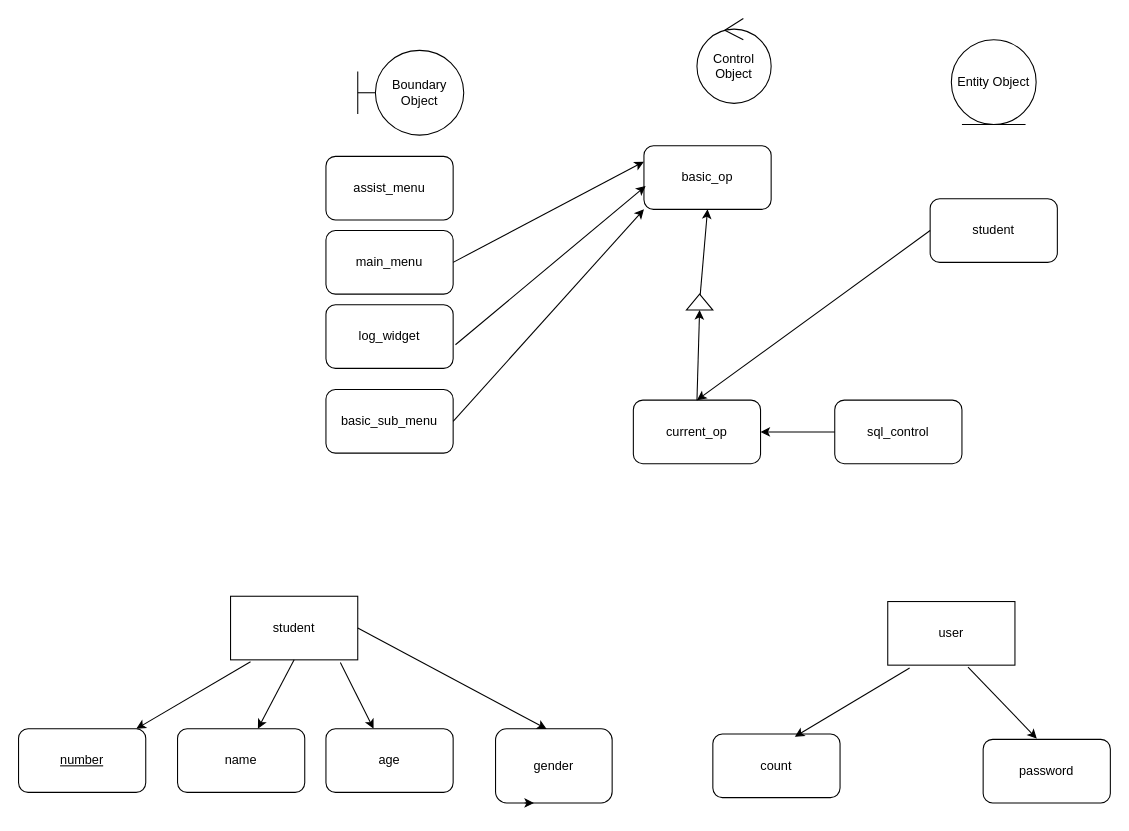
Above: Image/未命名绘图.drawio in drtykl/StuSys-repo (draw.io), before the change. Source tidied: cells renumbered, new cells numbered last; positions are measured from the earlier drawing's top-left corner, leaving out a move shared by most shapes. Both pictures are drawn from the tidied source at 106%, with x=0, y=0 at pixel (18, 18).
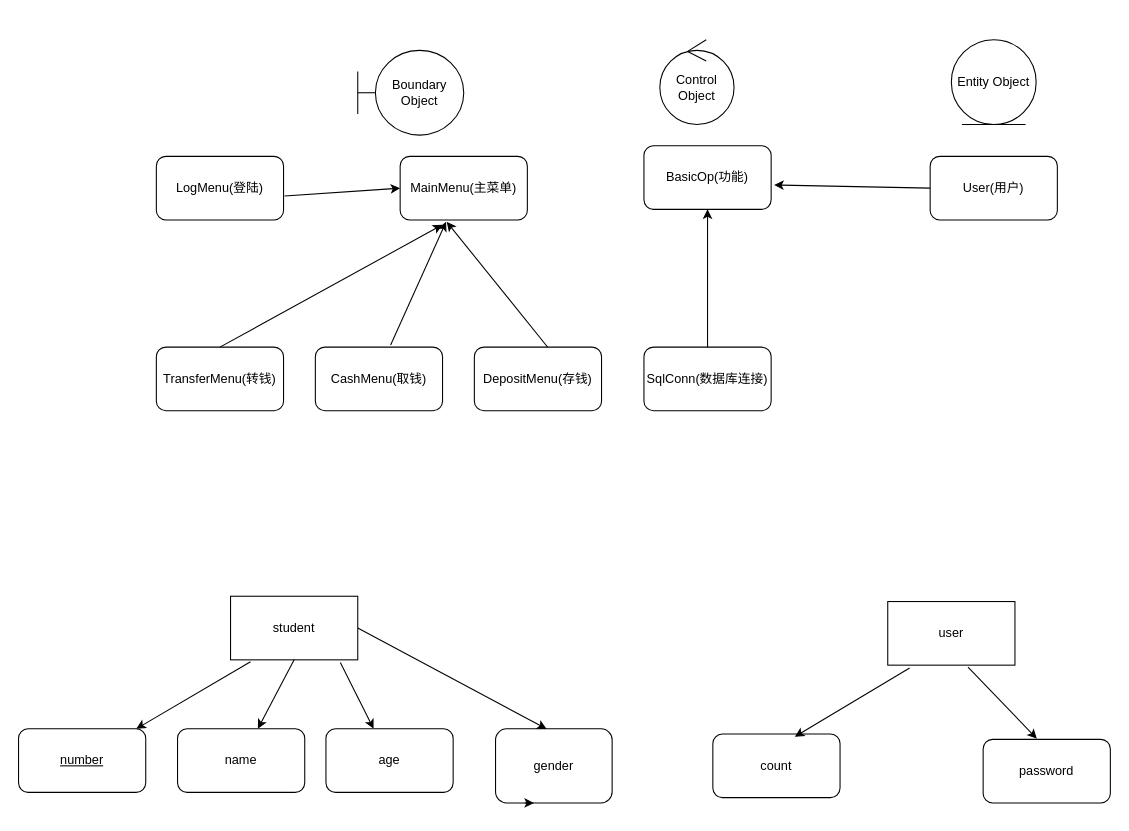
Above is the later version.

Commit message:
更新未命名绘图.drawio

Change to the diagram source:
```diff
@@
     <mxCell id="4" value="Control Object" style="ellipse;shape=umlControl;whiteSpace=wrap;html=1;" parent="1" vertex="1">
-      <mxGeometry x="640" width="70" height="80" as="geometry" />
+      <mxGeometry x="605" y="20" width="70" height="80" as="geometry" />
     </mxCell>
-    <mxCell id="5" value="sql_control" style="rounded=1;whiteSpace=wrap;html=1;" parent="1" vertex="1">
-      <mxGeometry x="770" y="360" width="120" height="60" as="geometry" />
+    <mxCell id="5" value="SqlConn(数据库连接)" style="rounded=1;whiteSpace=wrap;html=1;" parent="1" vertex="1">
+      <mxGeometry x="590" y="310" width="120" height="60" as="geometry" />
     </mxCell>
-    <mxCell id="6" value="student" style="rounded=1;whiteSpace=wrap;html=1;" parent="1" vertex="1">
-      <mxGeometry x="860" y="170" width="120" height="60" as="geometry" />
+    <mxCell id="6" value="User(用户)" style="rounded=1;whiteSpace=wrap;html=1;" parent="1" vertex="1">
+      <mxGeometry x="860" y="130" width="120" height="60" as="geometry" />
     </mxCell>
-    <mxCell id="7" value="current_op" style="rounded=1;whiteSpace=wrap;html=1;" parent="1" vertex="1">
-      <mxGeometry x="580" y="360" width="120" height="60" as="geometry" />
-    </mxCell>
-    <mxCell id="8" value="basic_op" style="rounded=1;whiteSpace=wrap;html=1;" parent="1" vertex="1">
+    <mxCell id="8" value="BasicOp(功能)" style="rounded=1;whiteSpace=wrap;html=1;" parent="1" vertex="1">
       <mxGeometry x="590" y="120" width="120" height="60" as="geometry" />
     </mxCell>
-    <mxCell id="9" style="endArrow=classic;html=1;rounded=0;entryX=0.5;entryY=1;entryDx=0;entryDy=0;" parent="1" edge="1" source="10" target="8">
-      <mxGeometry relative="1" as="geometry" />
-    </mxCell>
-    <mxCell id="10" style="triangle;whiteSpace=wrap;html=1;direction=north;" parent="1" vertex="1">
-      <mxGeometry x="630" y="260" width="25" height="15" as="geometry" />
-    </mxCell>
-    <mxCell id="11" style="endArrow=classic;html=1;rounded=0;entryX=0;entryY=0.5;entryDx=0;entryDy=0;exitX=0.5;exitY=0;exitDx=0;exitDy=0;" parent="1" edge="1" source="7" target="10">
-      <mxGeometry relative="1" as="geometry" />
-    </mxCell>
-    <mxCell id="12" style="endArrow=classic;html=1;rounded=0;entryX=1;entryY=0.5;entryDx=0;entryDy=0;exitX=0;exitY=0.5;exitDx=0;exitDy=0;" parent="1" edge="1" source="5" target="7">
-      <mxGeometry relative="1" as="geometry" />
-    </mxCell>
-    <mxCell id="13" style="endArrow=classic;html=1;rounded=0;exitX=0;exitY=0.5;exitDx=0;exitDy=0;entryX=0.5;entryY=0;entryDx=0;entryDy=0;" parent="1" edge="1" source="6" target="7">
-      <mxGeometry relative="1" as="geometry" />
-    </mxCell>
-    <mxCell id="14" value="main_menu" style="rounded=1;whiteSpace=wrap;html=1;" parent="1" vertex="1">
-      <mxGeometry x="290" y="200" width="120" height="60" as="geometry" />
+    <mxCell id="14" value="MainMenu(主菜单)" style="rounded=1;whiteSpace=wrap;html=1;" parent="1" vertex="1">
+      <mxGeometry x="360" y="130" width="120" height="60" as="geometry" />
     </mxCell>
-    <mxCell id="15" style="endArrow=classic;html=1;rounded=0;entryX=0;entryY=0.25;entryDx=0;entryDy=0;exitX=1;exitY=0.5;exitDx=0;exitDy=0;" parent="1" edge="1" source="14" target="8">
-      <mxGeometry relative="1" as="geometry" />
-    </mxCell>
-    <mxCell id="16" value="log_widget" style="rounded=1;whiteSpace=wrap;html=1;" parent="1" vertex="1">
-      <mxGeometry x="290" y="270" width="120" height="60" as="geometry" />
+    <mxCell id="16" value="LogMenu(登陆)" style="rounded=1;whiteSpace=wrap;html=1;" parent="1" vertex="1">
+      <mxGeometry x="130" y="130" width="120" height="60" as="geometry" />
     </mxCell>
-    <mxCell id="17" style="endArrow=classic;html=1;rounded=0;entryX=0.013;entryY=0.633;entryDx=0;entryDy=0;entryPerimeter=0;exitX=1.018;exitY=0.629;exitDx=0;exitDy=0;exitPerimeter=0;" parent="1" edge="1" source="16" target="8">
-      <mxGeometry relative="1" as="geometry" />
-    </mxCell>
@@
-    <mxCell id="28" value="assist_menu" style="rounded=1;whiteSpace=wrap;html=1;" parent="1" vertex="1">
-      <mxGeometry x="290" y="130" width="120" height="60" as="geometry" />
+    <mxCell id="28" value="CashMenu(取钱)" style="rounded=1;whiteSpace=wrap;html=1;" parent="1" vertex="1">
+      <mxGeometry x="280" y="310" width="120" height="60" as="geometry" />
     </mxCell>
-    <mxCell id="29" value="basic_sub_menu" style="rounded=1;whiteSpace=wrap;html=1;" parent="1" vertex="1">
-      <mxGeometry x="290" y="350" width="120" height="60" as="geometry" />
+    <mxCell id="29" value="DepositMenu(存钱)" style="rounded=1;whiteSpace=wrap;html=1;" parent="1" vertex="1">
+      <mxGeometry x="430" y="310" width="120" height="60" as="geometry" />
     </mxCell>
-    <mxCell id="30" style="endArrow=classic;html=1;rounded=0;exitX=1;exitY=0.5;exitDx=0;exitDy=0;entryX=0;entryY=1;entryDx=0;entryDy=0;" parent="1" edge="1" source="29" target="8">
-      <mxGeometry relative="1" as="geometry" />
-    </mxCell>
@@
+    <mxCell id="36" value="TransferMenu(转钱)" style="rounded=1;whiteSpace=wrap;html=1;" parent="1" vertex="1">
+      <mxGeometry x="130" y="310" width="120" height="60" as="geometry" />
+    </mxCell>
+    <mxCell id="37" style="endArrow=classic;html=1;rounded=0;exitX=0.5;exitY=0;exitDx=0;exitDy=0;entryX=0.332;entryY=1.076;entryDx=0;entryDy=0;entryPerimeter=0;" parent="1" edge="1" source="36" target="14">
+      <mxGeometry relative="1" as="geometry" />
+    </mxCell>
+    <mxCell id="38" style="endArrow=classic;html=1;rounded=0;exitX=0.592;exitY=-0.034;exitDx=0;exitDy=0;exitPerimeter=0;entryX=0.361;entryY=1.03;entryDx=0;entryDy=0;entryPerimeter=0;" parent="1" edge="1" source="28" target="14">
+      <mxGeometry relative="1" as="geometry" />
+    </mxCell>
+    <mxCell id="39" style="endArrow=classic;html=1;rounded=0;exitX=0.577;exitY=0.001;exitDx=0;exitDy=0;exitPerimeter=0;entryX=0.366;entryY=1.03;entryDx=0;entryDy=0;entryPerimeter=0;" parent="1" edge="1" source="29" target="14">
+      <mxGeometry relative="1" as="geometry" />
+    </mxCell>
+    <mxCell id="40" style="endArrow=classic;html=1;rounded=0;exitX=1.008;exitY=0.624;exitDx=0;exitDy=0;exitPerimeter=0;entryX=0;entryY=0.5;entryDx=0;entryDy=0;" parent="1" edge="1" source="16" target="14">
+      <mxGeometry relative="1" as="geometry" />
+    </mxCell>
+    <mxCell id="41" style="endArrow=classic;html=1;rounded=0;exitX=0.5;exitY=0;exitDx=0;exitDy=0;entryX=0.5;entryY=1;entryDx=0;entryDy=0;" parent="1" edge="1" source="5" target="8">
+      <mxGeometry relative="1" as="geometry" />
+    </mxCell>
+    <mxCell id="42" style="endArrow=classic;html=1;rounded=0;entryX=1.024;entryY=0.617;entryDx=0;entryDy=0;entryPerimeter=0;exitX=0;exitY=0.5;exitDx=0;exitDy=0;" parent="1" edge="1" source="6" target="8">
+      <mxGeometry relative="1" as="geometry" />
+    </mxCell>
```
